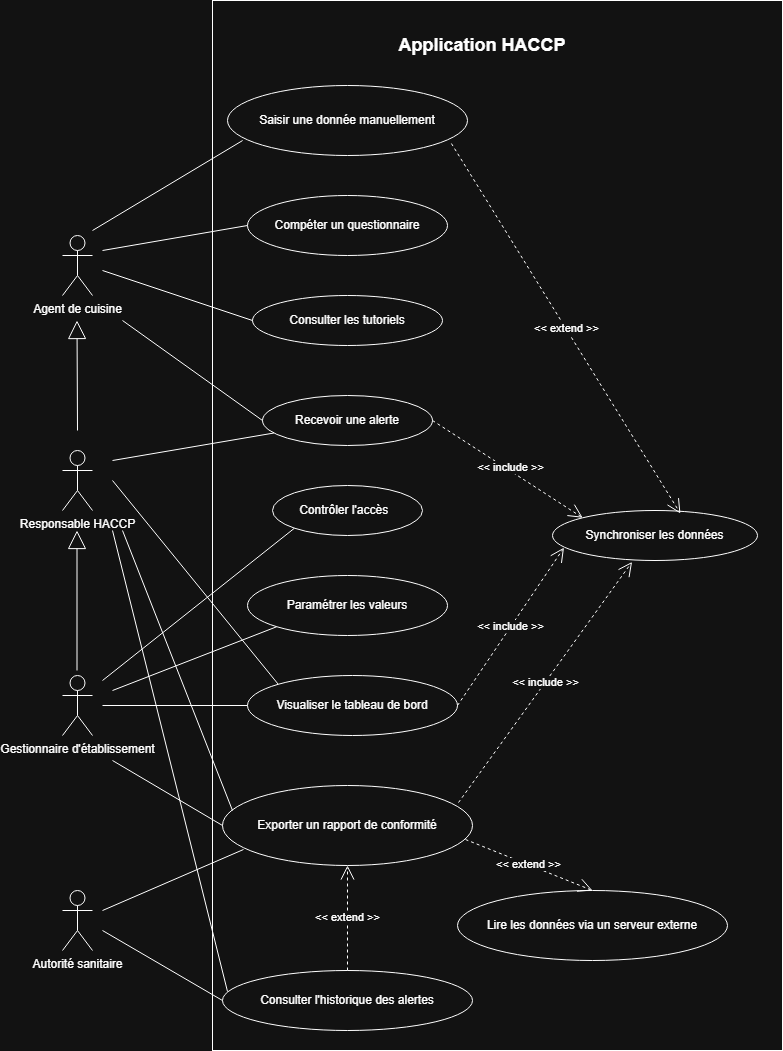
The draw.io diagram cahier_des_charges/img/diagramme_usecase.png in kewanfr/S205Cdc, before a commit. Source tidied: cells renumbered, new cells last; positions are measured from the earlier drawing's top-left corner, leaving out a move shared by most shapes.
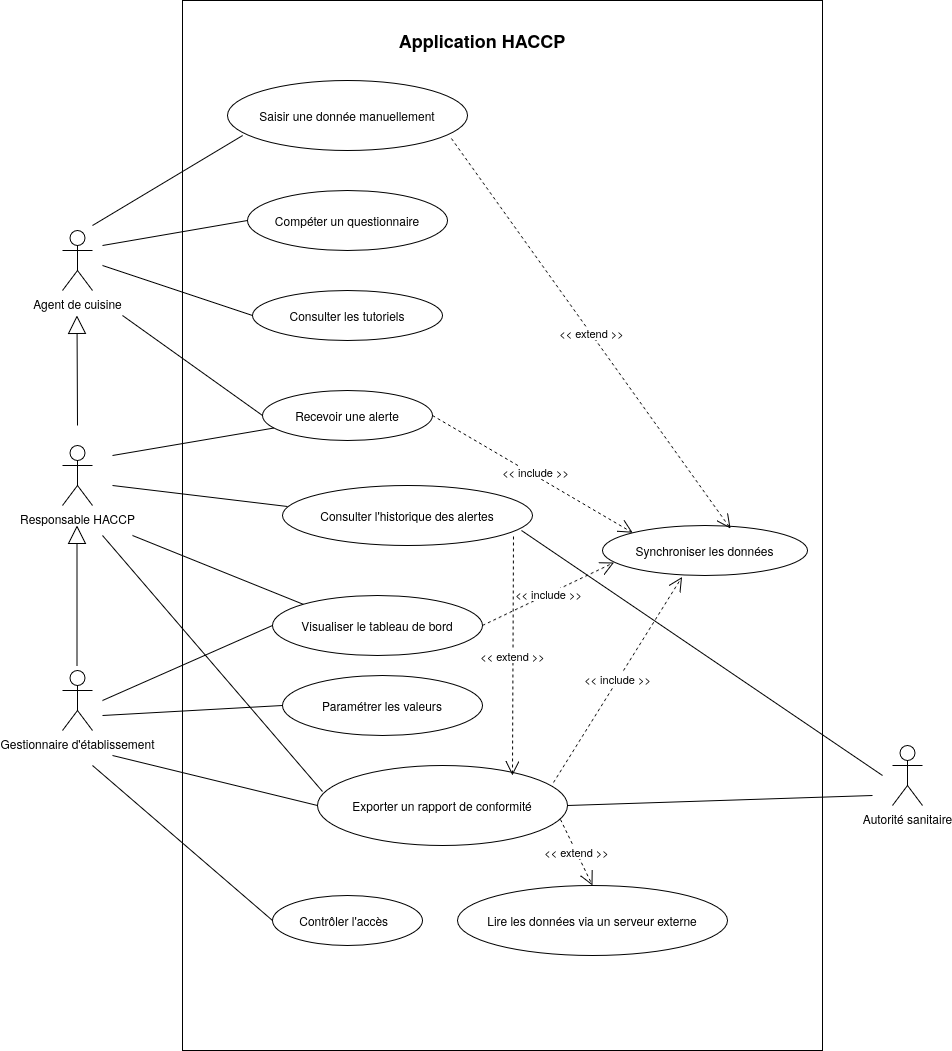
After the commit.

Commit message:
ajout diagramme de gantt + modif diagramme use case

The edit, as a diff of the source:
```diff
@@ -2,6 +2,9 @@
   <root>
     <mxCell id="0" />
     <mxCell id="1" parent="0" />
+    <mxCell id="40" style="rounded=0;whiteSpace=wrap;html=1;fillColor=none;" parent="1" vertex="1">
+      <mxGeometry x="120" y="5" width="640" height="1050" as="geometry" />
+    </mxCell>
     <mxCell id="2" value="Saisir une donnée manuellement" style="ellipse;whiteSpace=wrap;html=1;align=center;newEdgeStyle={&quot;edgeStyle&quot;:&quot;entityRelationEdgeStyle&quot;,&quot;startArrow&quot;:&quot;none&quot;,&quot;endArrow&quot;:&quot;none&quot;,&quot;segment&quot;:10,&quot;curved&quot;:1,&quot;sourcePerimeterSpacing&quot;:0,&quot;targetPerimeterSpacing&quot;:0};" parent="1" vertex="1">
       <mxGeometry x="165" y="85" width="240" height="70" as="geometry" />
     </mxCell>
@@ -15,22 +18,22 @@
       <mxGeometry x="200" y="395" width="170" height="50" as="geometry" />
     </mxCell>
     <mxCell id="6" value="Contrôler l'accès&amp;nbsp;&amp;nbsp;" style="ellipse;whiteSpace=wrap;html=1;align=center;newEdgeStyle={&quot;edgeStyle&quot;:&quot;entityRelationEdgeStyle&quot;,&quot;startArrow&quot;:&quot;none&quot;,&quot;endArrow&quot;:&quot;none&quot;,&quot;segment&quot;:10,&quot;curved&quot;:1,&quot;sourcePerimeterSpacing&quot;:0,&quot;targetPerimeterSpacing&quot;:0};" parent="1" vertex="1">
-      <mxGeometry x="210" y="485" width="150" height="50" as="geometry" />
+      <mxGeometry x="210" y="900" width="150" height="50" as="geometry" />
     </mxCell>
     <mxCell id="7" value="Paramétrer les valeurs" style="ellipse;whiteSpace=wrap;html=1;align=center;newEdgeStyle={&quot;edgeStyle&quot;:&quot;entityRelationEdgeStyle&quot;,&quot;startArrow&quot;:&quot;none&quot;,&quot;endArrow&quot;:&quot;none&quot;,&quot;segment&quot;:10,&quot;curved&quot;:1,&quot;sourcePerimeterSpacing&quot;:0,&quot;targetPerimeterSpacing&quot;:0};" parent="1" vertex="1">
-      <mxGeometry x="185" y="575" width="200" height="60" as="geometry" />
+      <mxGeometry x="220" y="680" width="200" height="60" as="geometry" />
     </mxCell>
     <mxCell id="8" value="Visualiser le tableau de bord" style="ellipse;whiteSpace=wrap;html=1;align=center;newEdgeStyle={&quot;edgeStyle&quot;:&quot;entityRelationEdgeStyle&quot;,&quot;startArrow&quot;:&quot;none&quot;,&quot;endArrow&quot;:&quot;none&quot;,&quot;segment&quot;:10,&quot;curved&quot;:1,&quot;sourcePerimeterSpacing&quot;:0,&quot;targetPerimeterSpacing&quot;:0};" parent="1" vertex="1">
-      <mxGeometry x="185" y="675" width="210" height="60" as="geometry" />
+      <mxGeometry x="210" y="600" width="210" height="60" as="geometry" />
     </mxCell>
     <mxCell id="9" value="Exporter un rapport de conformité" style="ellipse;whiteSpace=wrap;html=1;align=center;newEdgeStyle={&quot;edgeStyle&quot;:&quot;entityRelationEdgeStyle&quot;,&quot;startArrow&quot;:&quot;none&quot;,&quot;endArrow&quot;:&quot;none&quot;,&quot;segment&quot;:10,&quot;curved&quot;:1,&quot;sourcePerimeterSpacing&quot;:0,&quot;targetPerimeterSpacing&quot;:0};" parent="1" vertex="1">
-      <mxGeometry x="160" y="785" width="250" height="80" as="geometry" />
+      <mxGeometry x="255" y="770" width="250" height="80" as="geometry" />
     </mxCell>
     <mxCell id="10" value="Consulter l'historique des alertes" style="ellipse;whiteSpace=wrap;html=1;align=center;newEdgeStyle={&quot;edgeStyle&quot;:&quot;entityRelationEdgeStyle&quot;,&quot;startArrow&quot;:&quot;none&quot;,&quot;endArrow&quot;:&quot;none&quot;,&quot;segment&quot;:10,&quot;curved&quot;:1,&quot;sourcePerimeterSpacing&quot;:0,&quot;targetPerimeterSpacing&quot;:0};" parent="1" vertex="1">
-      <mxGeometry x="160" y="970" width="250" height="60" as="geometry" />
+      <mxGeometry x="220" y="490" width="250" height="60" as="geometry" />
     </mxCell>
     <mxCell id="11" value="Synchroniser les données" style="ellipse;whiteSpace=wrap;html=1;align=center;newEdgeStyle={&quot;edgeStyle&quot;:&quot;entityRelationEdgeStyle&quot;,&quot;startArrow&quot;:&quot;none&quot;,&quot;endArrow&quot;:&quot;none&quot;,&quot;segment&quot;:10,&quot;curved&quot;:1,&quot;sourcePerimeterSpacing&quot;:0,&quot;targetPerimeterSpacing&quot;:0};" parent="1" vertex="1">
-      <mxGeometry x="490" y="510" width="205" height="50" as="geometry" />
+      <mxGeometry x="540" y="530" width="205" height="50" as="geometry" />
     </mxCell>
     <mxCell id="12" value="Lire les données via un serveur externe" style="ellipse;whiteSpace=wrap;html=1;align=center;newEdgeStyle={&quot;edgeStyle&quot;:&quot;entityRelationEdgeStyle&quot;,&quot;startArrow&quot;:&quot;none&quot;,&quot;endArrow&quot;:&quot;none&quot;,&quot;segment&quot;:10,&quot;curved&quot;:1,&quot;sourcePerimeterSpacing&quot;:0,&quot;targetPerimeterSpacing&quot;:0};" parent="1" vertex="1">
       <mxGeometry x="395" y="890" width="270" height="70" as="geometry" />
@@ -44,8 +47,10 @@
     <mxCell id="15" value="&amp;lt;&amp;lt; include &amp;gt;&amp;gt;" style="endArrow=open;endSize=12;dashed=1;html=1;rounded=0;exitX=1;exitY=0.5;exitDx=0;exitDy=0;entryX=0.056;entryY=0.743;entryDx=0;entryDy=0;entryPerimeter=0;" parent="1" edge="1" source="8" target="11">
       <mxGeometry relative="1" as="geometry" />
     </mxCell>
-    <mxCell id="16" value="&amp;lt;&amp;lt; extend &amp;gt;&amp;gt;" style="endArrow=open;endSize=12;dashed=1;html=1;rounded=0;exitX=0.5;exitY=0;exitDx=0;exitDy=0;entryX=0.5;entryY=1;entryDx=0;entryDy=0;" parent="1" edge="1" source="10" target="9">
-      <mxGeometry relative="1" as="geometry" />
+    <mxCell id="16" value="&amp;lt;&amp;lt; extend &amp;gt;&amp;gt;" style="endArrow=open;endSize=12;dashed=1;html=1;rounded=0;exitX=0.924;exitY=0.85;exitDx=0;exitDy=0;exitPerimeter=0;" parent="1" edge="1" source="10">
+      <mxGeometry relative="1" as="geometry">
+        <mxPoint x="450" y="780" as="targetPoint" />
+      </mxGeometry>
     </mxCell>
     <mxCell id="17" value="&amp;lt;&amp;lt; extend &amp;gt;&amp;gt;" style="endArrow=open;endSize=12;dashed=1;html=1;rounded=0;exitX=0.972;exitY=0.675;exitDx=0;exitDy=0;entryX=0.5;entryY=0;entryDx=0;entryDy=0;exitPerimeter=0;" parent="1" edge="1" source="9" target="12">
       <mxGeometry relative="1" as="geometry" />
@@ -89,31 +94,30 @@
     </mxCell>
     <mxCell id="27" style="endArrow=none;html=1;rounded=0;entryX=0;entryY=0;entryDx=0;entryDy=0;" parent="1" edge="1" target="8">
       <mxGeometry relative="1" as="geometry">
-        <mxPoint x="50" y="480" as="sourcePoint" />
+        <mxPoint x="70" y="540" as="sourcePoint" />
       </mxGeometry>
     </mxCell>
-    <mxCell id="28" style="endArrow=none;html=1;rounded=0;" parent="1" edge="1">
+    <mxCell id="28" style="endArrow=none;html=1;rounded=0;entryX=0.02;entryY=0.325;entryDx=0;entryDy=0;entryPerimeter=0;" parent="1" edge="1" target="9">
       <mxGeometry relative="1" as="geometry">
-        <mxPoint x="60" y="530" as="sourcePoint" />
-        <mxPoint x="170" y="810" as="targetPoint" />
+        <mxPoint x="40" y="540" as="sourcePoint" />
       </mxGeometry>
     </mxCell>
     <mxCell id="29" style="endArrow=none;html=1;rounded=0;entryX=0.02;entryY=0.35;entryDx=0;entryDy=0;entryPerimeter=0;" parent="1" edge="1" target="10">
       <mxGeometry relative="1" as="geometry">
-        <mxPoint x="50" y="530" as="sourcePoint" />
+        <mxPoint x="50" y="490" as="sourcePoint" />
       </mxGeometry>
     </mxCell>
     <mxCell id="30" value="Gestionnaire d'établissement" style="shape=umlActor;verticalLabelPosition=bottom;verticalAlign=top;html=1;" parent="1" vertex="1">
       <mxGeometry y="675" width="30" height="60" as="geometry" />
     </mxCell>
-    <mxCell id="31" style="endArrow=none;html=1;rounded=0;exitX=0;exitY=1;exitDx=0;exitDy=0;" parent="1" edge="1" source="6">
+    <mxCell id="31" style="endArrow=none;html=1;rounded=0;exitX=0;exitY=0.5;exitDx=0;exitDy=0;" parent="1" edge="1" source="6">
       <mxGeometry relative="1" as="geometry">
-        <mxPoint x="40" y="680" as="targetPoint" />
+        <mxPoint x="30" y="770" as="targetPoint" />
       </mxGeometry>
     </mxCell>
-    <mxCell id="32" style="endArrow=none;html=1;rounded=0;exitX=0;exitY=1;exitDx=0;exitDy=0;" parent="1" edge="1" source="7">
+    <mxCell id="32" style="endArrow=none;html=1;rounded=0;exitX=0;exitY=0.5;exitDx=0;exitDy=0;" parent="1" edge="1" source="7">
       <mxGeometry relative="1" as="geometry">
-        <mxPoint x="50" y="690" as="targetPoint" />
+        <mxPoint x="40" y="720" as="targetPoint" />
       </mxGeometry>
     </mxCell>
     <mxCell id="33" style="endArrow=none;html=1;rounded=0;entryX=0;entryY=0.5;entryDx=0;entryDy=0;" parent="1" edge="1" target="8">
@@ -139,20 +143,17 @@
       </mxGeometry>
     </mxCell>
     <mxCell id="37" value="Autorité sanitaire" style="shape=umlActor;verticalLabelPosition=bottom;verticalAlign=top;html=1;" parent="1" vertex="1">
-      <mxGeometry y="890" width="30" height="60" as="geometry" />
+      <mxGeometry x="830" y="750" width="30" height="60" as="geometry" />
     </mxCell>
-    <mxCell id="38" style="endArrow=none;html=1;rounded=0;entryX=0.084;entryY=0.8;entryDx=0;entryDy=0;entryPerimeter=0;" parent="1" edge="1" target="9">
-      <mxGeometry relative="1" as="geometry">
-        <mxPoint x="40" y="910" as="sourcePoint" />
-      </mxGeometry>
-    </mxCell>
-    <mxCell id="39" style="endArrow=none;html=1;rounded=0;entryX=0;entryY=0.5;entryDx=0;entryDy=0;" parent="1" edge="1" target="10">
-      <mxGeometry relative="1" as="geometry">
-        <mxPoint x="40" y="930" as="sourcePoint" />
-      </mxGeometry>
-    </mxCell>
-    <mxCell id="40" style="rounded=0;whiteSpace=wrap;html=1;fillColor=none;" parent="1" vertex="1">
-      <mxGeometry x="150" width="570" height="1050" as="geometry" />
-    </mxCell>
+    <mxCell id="41" style="endArrow=none;html=1;rounded=0;exitX=0.956;exitY=0.75;exitDx=0;exitDy=0;exitPerimeter=0;" parent="1" edge="1" source="10">
+      <mxGeometry relative="1" as="geometry">
+        <mxPoint x="820" y="780" as="targetPoint" />
+      </mxGeometry>
+    </mxCell>
+    <mxCell id="42" style="endArrow=none;html=1;rounded=0;exitX=1;exitY=0.5;exitDx=0;exitDy=0;" parent="1" edge="1" source="9">
+      <mxGeometry relative="1" as="geometry">
+        <mxPoint x="810" y="800" as="targetPoint" />
+      </mxGeometry>
+    </mxCell>
   </root>
 </mxGraphModel>
```
